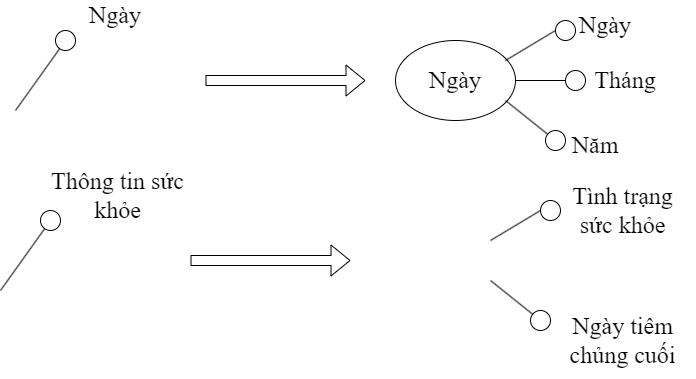
This is Luật thứ tám(trên xuống).png from datnham0212/learning, a draw.io export, as it was before one commit. Source tidied: cells renumbered, new cells last; positions are measured from the earlier drawing's top-left corner, leaving out a move shared by most shapes.
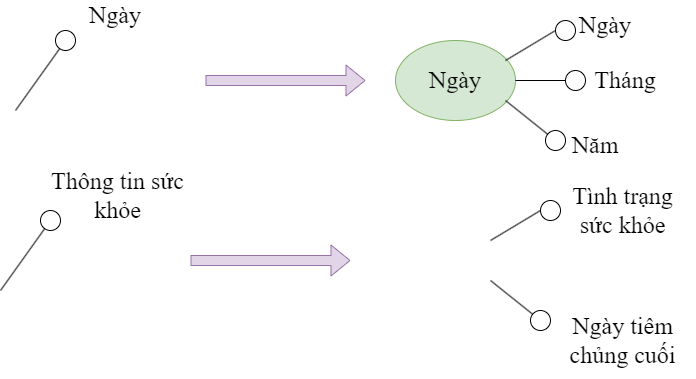
The same diagram one commit later.

What changed in the source:
```diff
@@ -13,13 +13,13 @@
     <mxCell id="4" value="Ngày" style="text;html=1;strokeColor=none;fillColor=none;align=center;verticalAlign=middle;whiteSpace=wrap;rounded=0;fontFamily=Times New Roman;fontSize=24;" parent="1" vertex="1">
       <mxGeometry x="85" width="60" height="30" as="geometry" />
     </mxCell>
-    <mxCell id="5" style="shape=flexArrow;endArrow=classic;html=1;rounded=0;" parent="1" edge="1">
+    <mxCell id="5" style="shape=flexArrow;endArrow=classic;html=1;rounded=0;fillColor=#e1d5e7;strokeColor=#9673a6;" parent="1" edge="1">
       <mxGeometry relative="1" as="geometry">
         <mxPoint x="205" y="80" as="sourcePoint" />
         <mxPoint x="365" y="80" as="targetPoint" />
       </mxGeometry>
     </mxCell>
-    <mxCell id="6" value="Ngày" style="ellipse;whiteSpace=wrap;html=1;fontFamily=Times New Roman;fontSize=24;" parent="1" vertex="1">
+    <mxCell id="6" value="Ngày" style="ellipse;whiteSpace=wrap;html=1;fontFamily=Times New Roman;fontSize=24;fillColor=#d5e8d4;strokeColor=#82b366;" parent="1" vertex="1">
       <mxGeometry x="395" y="40" width="120" height="80" as="geometry" />
     </mxCell>
     <mxCell id="7" value="Ngày" style="text;html=1;strokeColor=none;fillColor=none;align=center;verticalAlign=middle;whiteSpace=wrap;rounded=0;fontFamily=Times New Roman;fontSize=24;" parent="1" vertex="1">
@@ -76,7 +76,7 @@
     <mxCell id="20" value="Thông tin sức khỏe" style="text;html=1;strokeColor=none;fillColor=none;align=center;verticalAlign=middle;whiteSpace=wrap;rounded=0;fontFamily=Times New Roman;fontSize=24;" parent="1" vertex="1">
       <mxGeometry x="25" y="170" width="185" height="50" as="geometry" />
     </mxCell>
-    <mxCell id="21" style="shape=flexArrow;endArrow=classic;html=1;rounded=0;" parent="1" edge="1">
+    <mxCell id="21" style="shape=flexArrow;endArrow=classic;html=1;rounded=0;fillColor=#e1d5e7;strokeColor=#9673a6;" parent="1" edge="1">
       <mxGeometry relative="1" as="geometry">
         <mxPoint x="190" y="260" as="sourcePoint" />
         <mxPoint x="350" y="260" as="targetPoint" />
```
